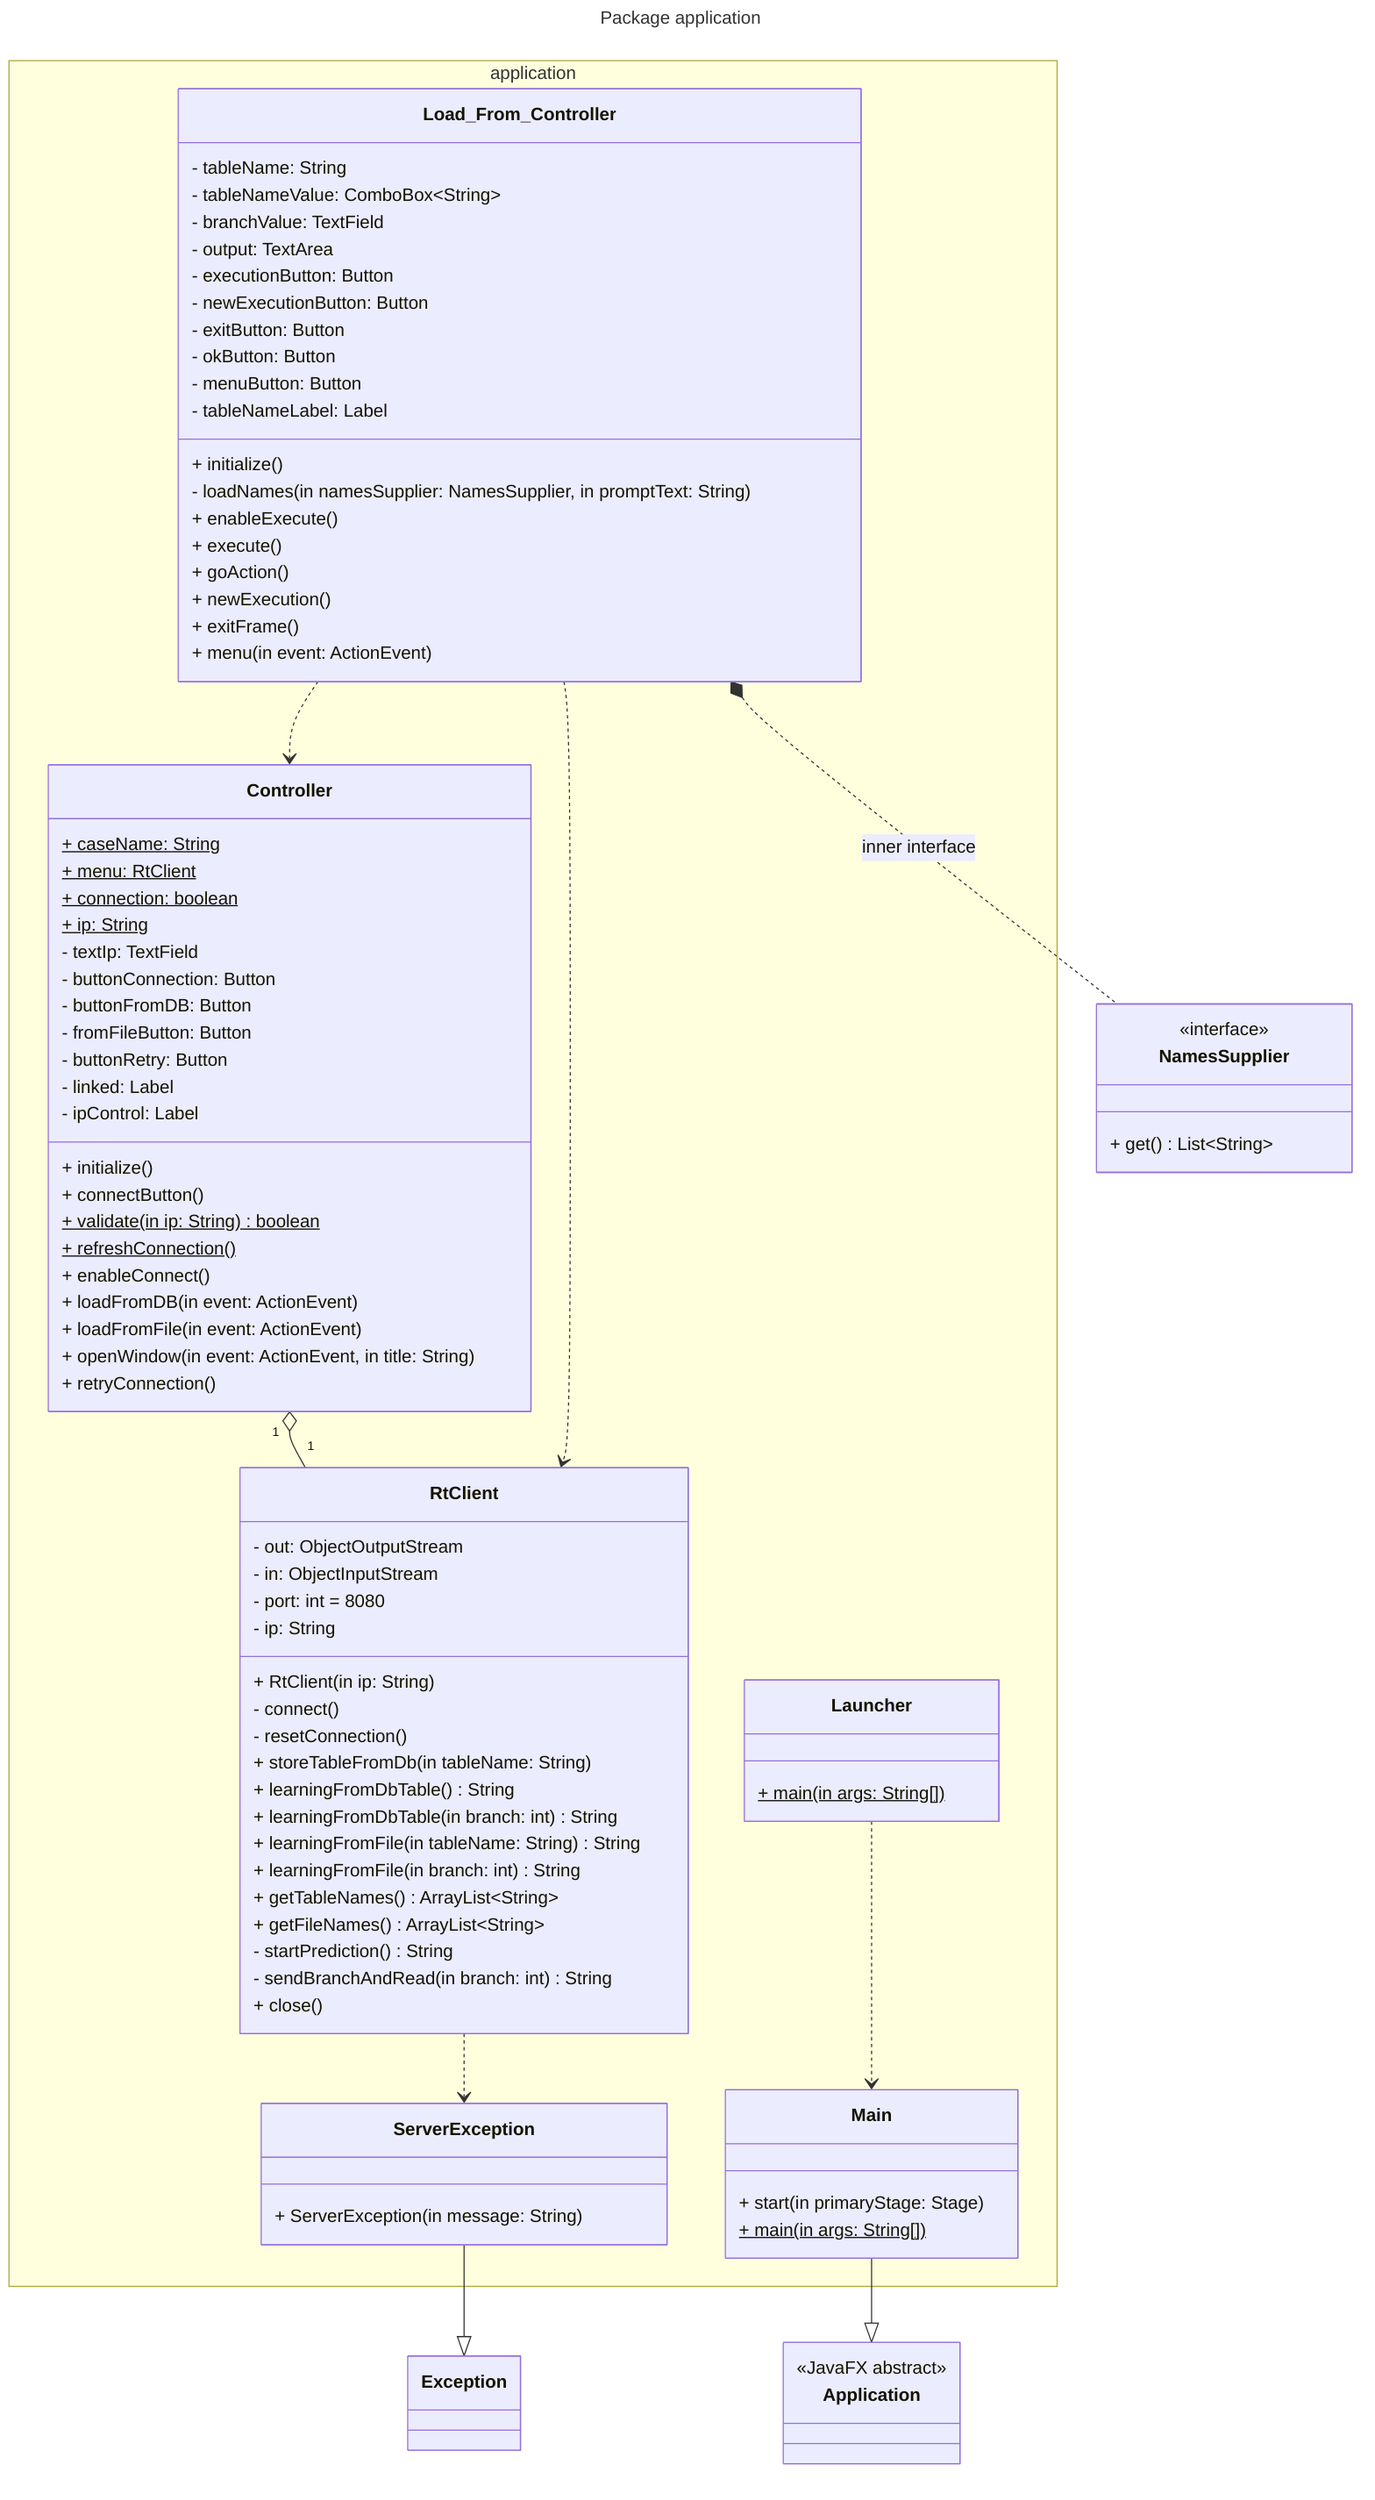
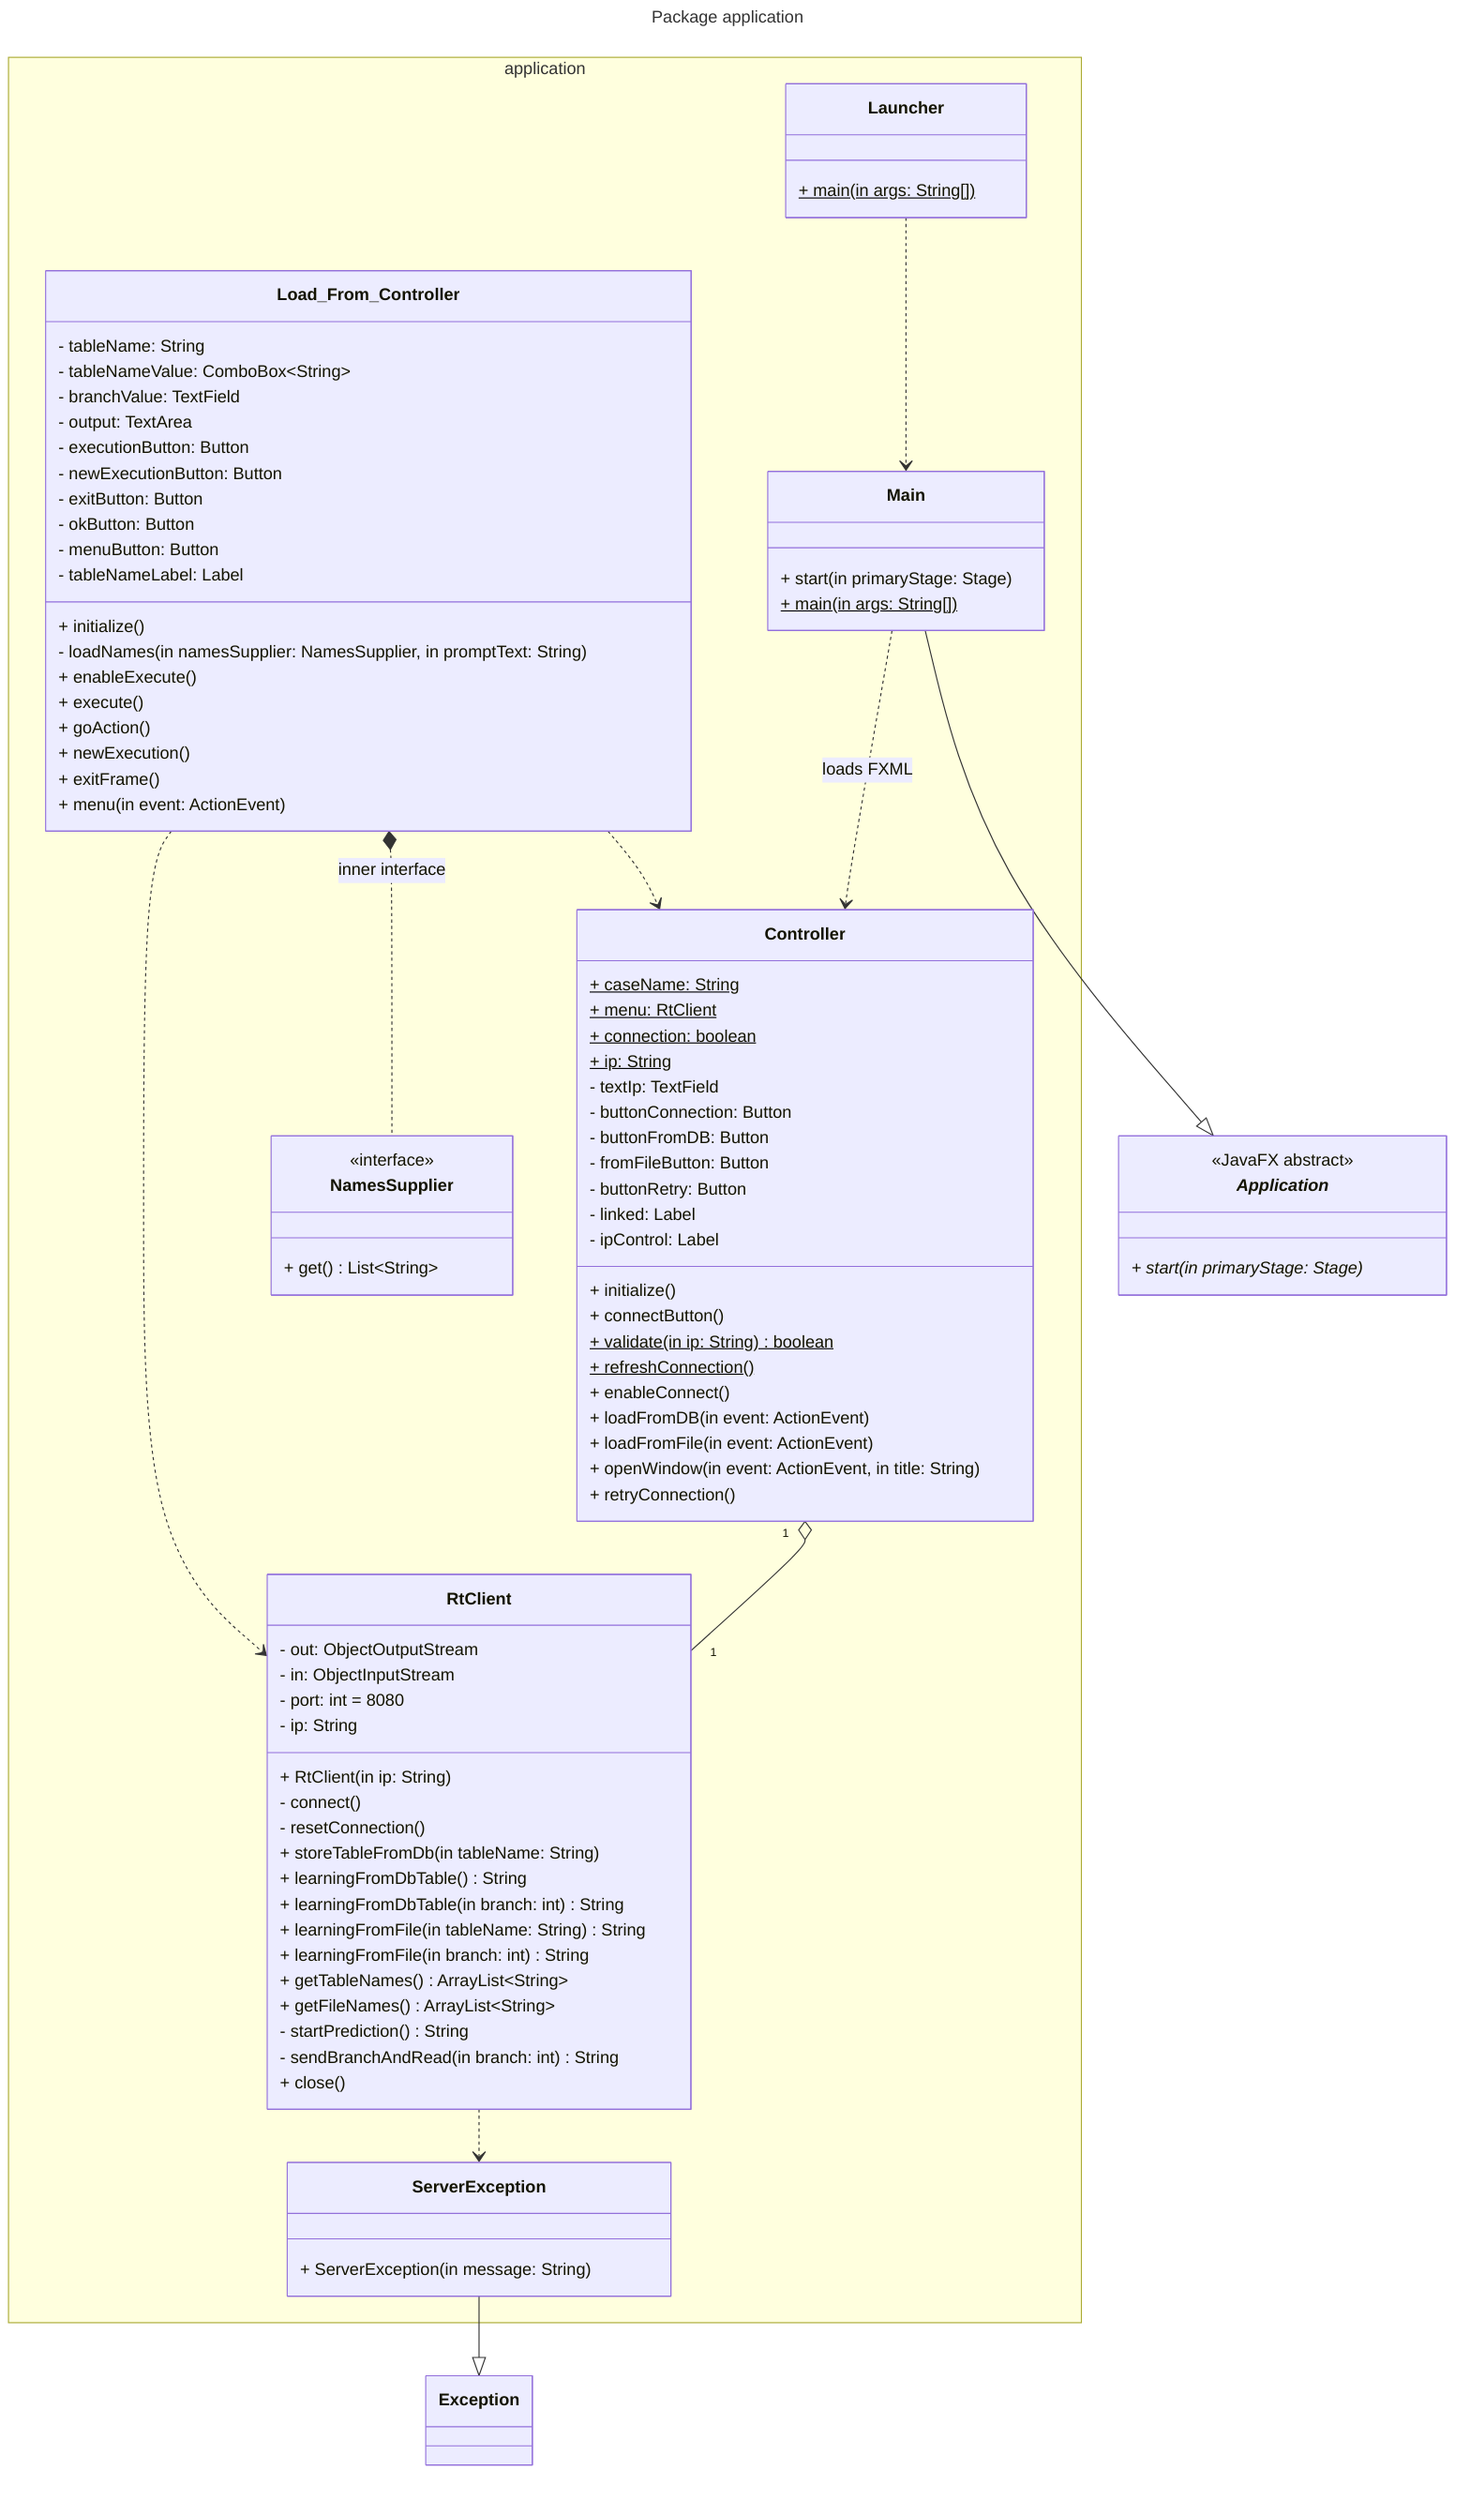
---
title: Package application
---
classDiagram
namespace application {
  class Launcher
  class Main
  class Controller
  class Load_From_Controller
  class RtClient
  class ServerException
+   class NamesSupplier
}

class Launcher {
  + main(in args: String[])$
}

class Main {
  + start(in primaryStage: Stage)
  + main(in args: String[])$
}

class Controller {
  + caseName: String $
  + menu: RtClient $
  + connection: boolean $
  + ip: String $
  - textIp: TextField
  - buttonConnection: Button
  - buttonFromDB: Button
  - fromFileButton: Button
  - buttonRetry: Button
  - linked: Label
  - ipControl: Label
  + initialize()
  + connectButton()
  + validate(in ip: String) boolean$
  + refreshConnection()$
  + enableConnect()
  + loadFromDB(in event: ActionEvent)
  + loadFromFile(in event: ActionEvent)
  + openWindow(in event: ActionEvent, in title: String)
  + retryConnection()
}

class Load_From_Controller {
  - tableName: String
  - tableNameValue: ComboBox~String~
  - branchValue: TextField
  - output: TextArea
  - executionButton: Button
  - newExecutionButton: Button
  - exitButton: Button
  - okButton: Button
  - menuButton: Button
  - tableNameLabel: Label
  + initialize()
  - loadNames(in namesSupplier: NamesSupplier, in promptText: String)
  + enableExecute()
  + execute()
  + goAction()
  + newExecution()
  + exitFrame()
  + menu(in event: ActionEvent)
}

class NamesSupplier {
  <<interface>>
  + get() List~String~
}

class RtClient {
  - out: ObjectOutputStream
  - in: ObjectInputStream
  - port: int = 8080
  - ip: String
  + RtClient(in ip: String)
  - connect()
  - resetConnection()
  + storeTableFromDb(in tableName: String)
  + learningFromDbTable() String
  + learningFromDbTable(in branch: int) String
  + learningFromFile(in tableName: String) String
  + learningFromFile(in branch: int) String
  + getTableNames() ArrayList~String~
  + getFileNames() ArrayList~String~
  - startPrediction() String
  - sendBranchAndRead(in branch: int) String
  + close()
}

class ServerException {
  + ServerException(in message: String)
}

- class Application {
+ class Application["<i>Application</i>"]{
  <<JavaFX abstract>>
+   + start(in primaryStage: Stage)*
}

- class Exception {
- }
+ class Exception

+ Main ..> Controller : loads FXML
Main --|> Application
ServerException --|> Exception

Load_From_Controller *.. NamesSupplier : inner interface

Launcher ..> Main
Controller "1" o-- "1" RtClient
Load_From_Controller ..> Controller
Load_From_Controller ..> RtClient
RtClient ..> ServerException
